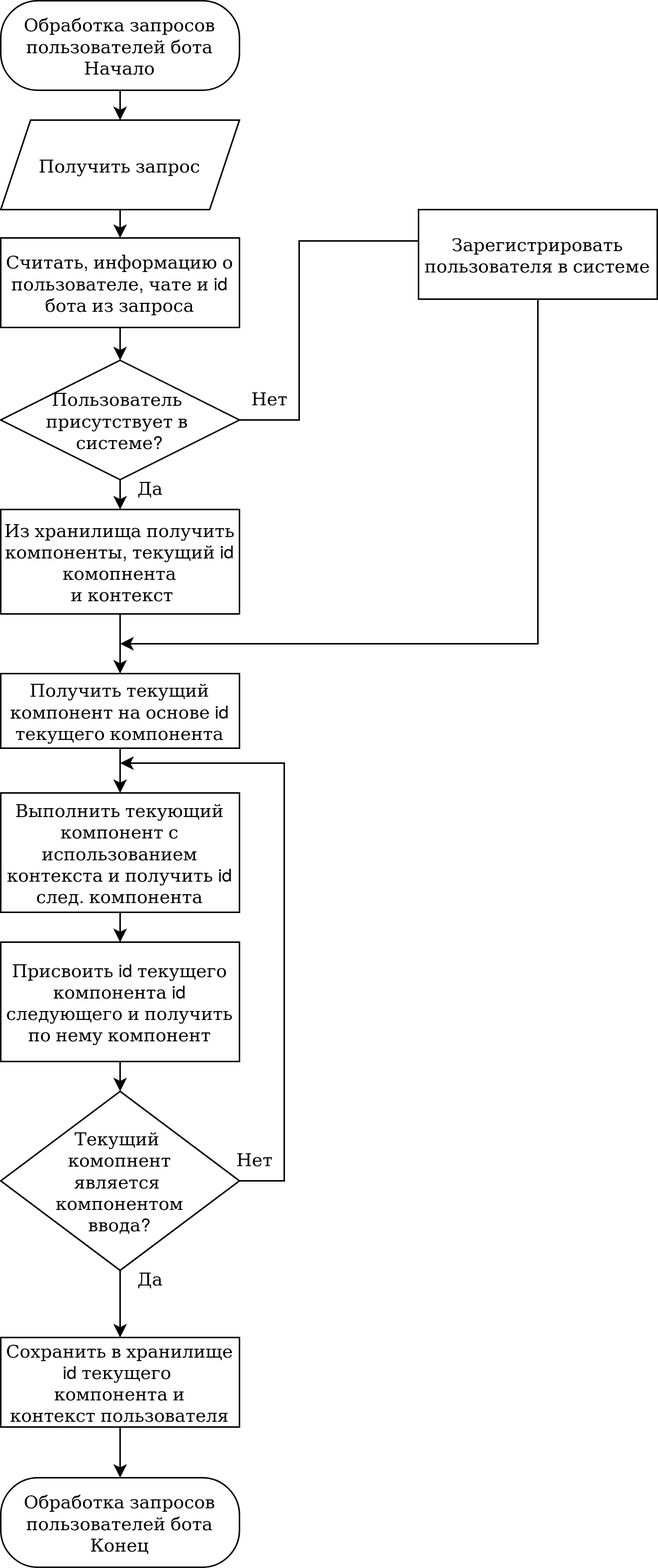
Before: note/images/bot-worker-alg.png, a diagram exported from draw.io (danilbushkov/my-diploma). Source tidied: cells renumbered, new cells last; positions are measured from the earlier drawing's top-left corner, leaving out a move shared by most shapes. Source of this version:
```xml
<mxGraphModel>
  <root>
    <mxCell id="0" />
    <mxCell id="1" parent="0" />
    <mxCell id="2" style="edgeStyle=orthogonalEdgeStyle;rounded=0;jettySize=auto;html=1;exitX=0.5;exitY=1;exitDx=0;exitDy=0;entryX=0.5;entryY=0;entryDx=0;entryDy=0;" parent="1" edge="1" source="3" target="30">
      <mxGeometry relative="1" as="geometry" />
    </mxCell>
    <mxCell id="3" value="&lt;div&gt;Обработка запросов&lt;/div&gt;&lt;div&gt;пользователей бота&lt;br&gt;&lt;/div&gt;&lt;div&gt;Начало&lt;/div&gt;" style="rounded=1;whiteSpace=wrap;html=1;arcSize=50;absoluteArcSize=1;perimeter=rectanglePerimeter;" parent="1" vertex="1">
      <mxGeometry width="160" height="60" as="geometry" />
    </mxCell>
    <mxCell id="4" value="&lt;div&gt;Обработка запросов&lt;/div&gt;пользователей бота&lt;div&gt;Конец&lt;/div&gt;" style="rounded=1;whiteSpace=wrap;html=1;arcSize=50;absoluteArcSize=1;perimeter=rectanglePerimeter;" parent="1" vertex="1">
      <mxGeometry y="990" width="160" height="60" as="geometry" />
    </mxCell>
    <mxCell id="5" style="edgeStyle=orthogonalEdgeStyle;rounded=0;jettySize=auto;html=1;exitX=0.5;exitY=1;exitDx=0;exitDy=0;entryX=0.5;entryY=0;entryDx=0;entryDy=0;" parent="1" edge="1" source="6" target="24">
      <mxGeometry relative="1" as="geometry" />
    </mxCell>
    <mxCell id="6" value="&lt;div&gt;Считать, информацию о пользователе, чате и id бота из запроса&lt;/div&gt;" style="rounded=0;whiteSpace=wrap;html=1;" parent="1" vertex="1">
      <mxGeometry y="159" width="160" height="60" as="geometry" />
    </mxCell>
    <mxCell id="7" style="edgeStyle=orthogonalEdgeStyle;rounded=0;jettySize=auto;html=1;exitX=0.5;exitY=1;exitDx=0;exitDy=0;entryX=0.5;entryY=0;entryDx=0;entryDy=0;" parent="1" edge="1" source="8" target="14">
      <mxGeometry relative="1" as="geometry" />
    </mxCell>
    <mxCell id="8" value="&lt;div&gt;Из хранилища получить компоненты, текущий id комопнента&lt;br&gt;&lt;/div&gt;&amp;nbsp;и контекст" style="rounded=0;whiteSpace=wrap;html=1;" parent="1" vertex="1">
      <mxGeometry y="341" width="160" height="70" as="geometry" />
    </mxCell>
    <mxCell id="9" style="edgeStyle=orthogonalEdgeStyle;rounded=0;jettySize=auto;html=1;exitX=0.5;exitY=1;exitDx=0;exitDy=0;" parent="1" edge="1" source="10" target="19">
      <mxGeometry relative="1" as="geometry" />
    </mxCell>
    <mxCell id="10" value="Выполнить текующий компонент с использованием контекста и получить id след. компонента" style="rounded=0;whiteSpace=wrap;html=1;" parent="1" vertex="1">
      <mxGeometry y="531" width="160" height="80" as="geometry" />
    </mxCell>
    <mxCell id="11" style="edgeStyle=orthogonalEdgeStyle;rounded=0;jettySize=auto;html=1;exitX=0.5;exitY=1;exitDx=0;exitDy=0;entryX=0.5;entryY=0;entryDx=0;entryDy=0;" parent="1" edge="1" source="12" target="4">
      <mxGeometry relative="1" as="geometry" />
    </mxCell>
    <mxCell id="12" value="&lt;div&gt;Сохранить в хранилище&lt;/div&gt;&lt;div&gt;id текущего&amp;nbsp;&lt;/div&gt;&lt;div&gt;компонента и &lt;br&gt;&lt;/div&gt;&lt;div&gt;контекст пользователя&lt;br&gt;&lt;/div&gt;" style="rounded=0;whiteSpace=wrap;html=1;" parent="1" vertex="1">
      <mxGeometry y="896" width="160" height="60" as="geometry" />
    </mxCell>
    <mxCell id="13" style="edgeStyle=orthogonalEdgeStyle;rounded=0;jettySize=auto;html=1;exitX=0.5;exitY=1;exitDx=0;exitDy=0;entryX=0.5;entryY=0;entryDx=0;entryDy=0;" parent="1" edge="1" source="14" target="10">
      <mxGeometry relative="1" as="geometry" />
    </mxCell>
    <mxCell id="14" value="Получить текущий компонент на основе id текущего компонента" style="rounded=0;whiteSpace=wrap;html=1;" parent="1" vertex="1">
      <mxGeometry y="451" width="160" height="50" as="geometry" />
    </mxCell>
    <mxCell id="15" style="edgeStyle=orthogonalEdgeStyle;rounded=0;jettySize=auto;html=1;exitX=1;exitY=0.5;exitDx=0;exitDy=0;" parent="1" edge="1" source="17">
      <mxGeometry relative="1" as="geometry">
        <mxPoint x="80" y="511" as="targetPoint" />
        <Array as="points">
          <mxPoint x="190" y="791" />
          <mxPoint x="190" y="511" />
        </Array>
      </mxGeometry>
    </mxCell>
    <mxCell id="16" style="edgeStyle=orthogonalEdgeStyle;rounded=0;jettySize=auto;html=1;exitX=0.5;exitY=1;exitDx=0;exitDy=0;entryX=0.5;entryY=0;entryDx=0;entryDy=0;" parent="1" edge="1" source="17" target="12">
      <mxGeometry relative="1" as="geometry" />
    </mxCell>
    <mxCell id="17" value="&lt;div&gt;Текущий&amp;nbsp;&lt;/div&gt;&lt;div&gt;комопнент&lt;/div&gt;&lt;div&gt;является&amp;nbsp;&lt;/div&gt;&lt;div&gt;компонентом&lt;/div&gt;&lt;div&gt;ввода?&lt;br&gt;&lt;/div&gt;" style="rhombus;whiteSpace=wrap;html=1;" parent="1" vertex="1">
      <mxGeometry y="731" width="160" height="120" as="geometry" />
    </mxCell>
    <mxCell id="18" style="edgeStyle=orthogonalEdgeStyle;rounded=0;jettySize=auto;html=1;exitX=0.5;exitY=1;exitDx=0;exitDy=0;entryX=0.5;entryY=0;entryDx=0;entryDy=0;" parent="1" edge="1" source="19" target="17">
      <mxGeometry relative="1" as="geometry" />
    </mxCell>
    <mxCell id="19" value="Присвоить id текущего компонента id следующего и получить по нему компонент" style="rounded=0;whiteSpace=wrap;html=1;" parent="1" vertex="1">
      <mxGeometry y="631" width="160" height="80" as="geometry" />
    </mxCell>
    <mxCell id="20" value="Да" style="text;html=1;align=center;verticalAlign=middle;strokeColor=none;fillColor=none;" parent="1" vertex="1">
      <mxGeometry x="80" y="841" width="40" height="30" as="geometry" />
    </mxCell>
    <mxCell id="21" value="Нет" style="text;html=1;align=center;verticalAlign=middle;strokeColor=none;fillColor=none;" parent="1" vertex="1">
      <mxGeometry x="150" y="761" width="40" height="30" as="geometry" />
    </mxCell>
    <mxCell id="22" style="edgeStyle=orthogonalEdgeStyle;rounded=0;jettySize=auto;html=1;exitX=0.5;exitY=1;exitDx=0;exitDy=0;entryX=0.5;entryY=0;entryDx=0;entryDy=0;" parent="1" edge="1" source="24" target="8">
      <mxGeometry relative="1" as="geometry" />
    </mxCell>
    <mxCell id="23" style="edgeStyle=orthogonalEdgeStyle;rounded=0;jettySize=auto;html=1;exitX=1;exitY=0.5;exitDx=0;exitDy=0;" parent="1" edge="1" source="24">
      <mxGeometry relative="1" as="geometry">
        <mxPoint x="360" y="201" as="targetPoint" />
        <Array as="points">
          <mxPoint x="200" y="281" />
          <mxPoint x="200" y="161" />
        </Array>
      </mxGeometry>
    </mxCell>
    <mxCell id="24" value="&lt;div&gt;Пользователь&amp;nbsp;&lt;/div&gt;&lt;div&gt;присутствует в&amp;nbsp;&lt;/div&gt;&lt;div&gt;системе?&lt;br&gt;&lt;/div&gt;" style="rhombus;whiteSpace=wrap;html=1;" parent="1" vertex="1">
      <mxGeometry y="241" width="160" height="80" as="geometry" />
    </mxCell>
    <mxCell id="25" style="edgeStyle=orthogonalEdgeStyle;rounded=0;jettySize=auto;html=1;exitX=0.5;exitY=1;exitDx=0;exitDy=0;" parent="1" edge="1" source="26">
      <mxGeometry relative="1" as="geometry">
        <mxPoint x="80" y="431" as="targetPoint" />
        <Array as="points">
          <mxPoint x="360" y="431" />
        </Array>
      </mxGeometry>
    </mxCell>
    <mxCell id="26" value="Зарегистрировать пользователя в системе" style="rounded=0;whiteSpace=wrap;html=1;" parent="1" vertex="1">
      <mxGeometry x="280" y="140" width="160" height="60" as="geometry" />
    </mxCell>
    <mxCell id="27" value="Да" style="text;html=1;align=center;verticalAlign=middle;strokeColor=none;fillColor=none;" parent="1" vertex="1">
      <mxGeometry x="80" y="311" width="40" height="30" as="geometry" />
    </mxCell>
    <mxCell id="28" value="Нет" style="text;html=1;align=center;verticalAlign=middle;strokeColor=none;fillColor=none;" parent="1" vertex="1">
      <mxGeometry x="160" y="251" width="40" height="30" as="geometry" />
    </mxCell>
    <mxCell id="29" style="edgeStyle=orthogonalEdgeStyle;rounded=0;jettySize=auto;html=1;exitX=0.5;exitY=1;exitDx=0;exitDy=0;entryX=0.5;entryY=0;entryDx=0;entryDy=0;" parent="1" edge="1" source="30" target="6">
      <mxGeometry relative="1" as="geometry" />
    </mxCell>
    <mxCell id="30" value="Получить запрос" style="shape=parallelogram;perimeter=parallelogramPerimeter;whiteSpace=wrap;html=1;fixedSize=1;" parent="1" vertex="1">
      <mxGeometry y="80" width="160" height="60" as="geometry" />
    </mxCell>
  </root>
</mxGraphModel>
```
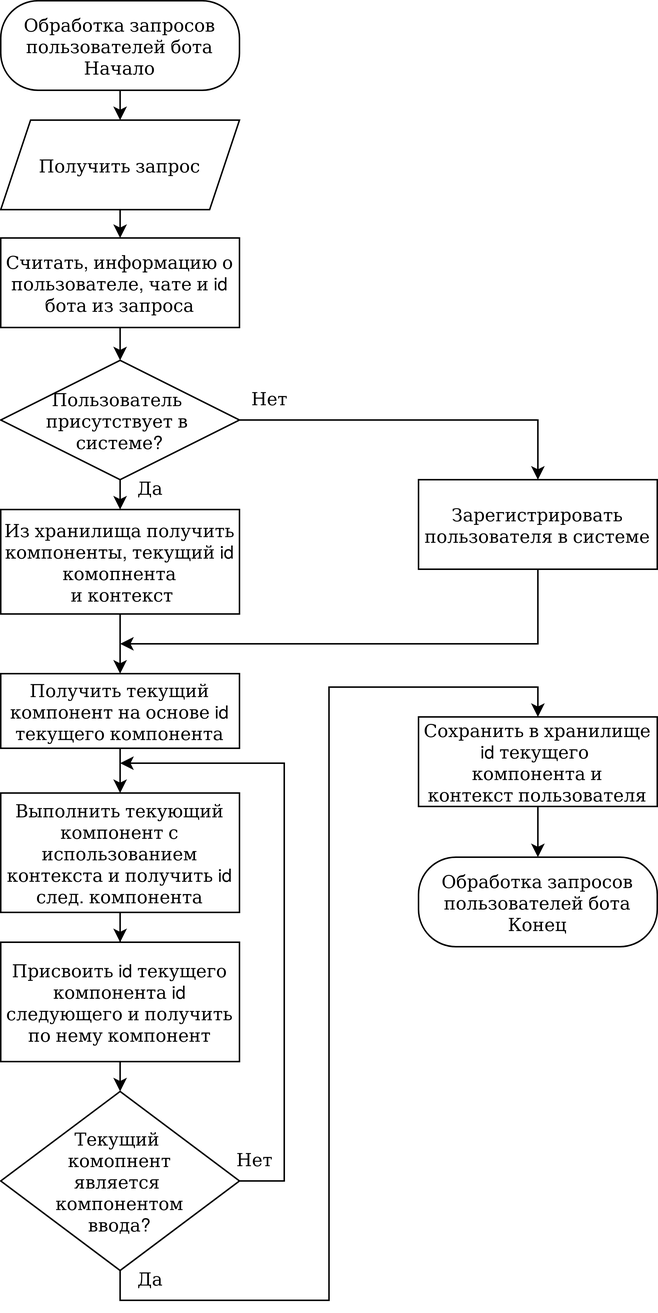
The same file after the commit.

Change to the diagram source:
```diff
@@ -9,7 +9,7 @@
       <mxGeometry width="160" height="60" as="geometry" />
     </mxCell>
     <mxCell id="4" value="&lt;div&gt;Обработка запросов&lt;/div&gt;пользователей бота&lt;div&gt;Конец&lt;/div&gt;" style="rounded=1;whiteSpace=wrap;html=1;arcSize=50;absoluteArcSize=1;perimeter=rectanglePerimeter;" parent="1" vertex="1">
-      <mxGeometry y="990" width="160" height="60" as="geometry" />
+      <mxGeometry x="280" y="574" width="160" height="60" as="geometry" />
     </mxCell>
     <mxCell id="5" style="edgeStyle=orthogonalEdgeStyle;rounded=0;jettySize=auto;html=1;exitX=0.5;exitY=1;exitDx=0;exitDy=0;entryX=0.5;entryY=0;entryDx=0;entryDy=0;" parent="1" edge="1" source="6" target="24">
       <mxGeometry relative="1" as="geometry" />
@@ -33,7 +33,7 @@
       <mxGeometry relative="1" as="geometry" />
     </mxCell>
     <mxCell id="12" value="&lt;div&gt;Сохранить в хранилище&lt;/div&gt;&lt;div&gt;id текущего&amp;nbsp;&lt;/div&gt;&lt;div&gt;компонента и &lt;br&gt;&lt;/div&gt;&lt;div&gt;контекст пользователя&lt;br&gt;&lt;/div&gt;" style="rounded=0;whiteSpace=wrap;html=1;" parent="1" vertex="1">
-      <mxGeometry y="896" width="160" height="60" as="geometry" />
+      <mxGeometry x="280" y="480" width="160" height="60" as="geometry" />
     </mxCell>
     <mxCell id="13" style="edgeStyle=orthogonalEdgeStyle;rounded=0;jettySize=auto;html=1;exitX=0.5;exitY=1;exitDx=0;exitDy=0;entryX=0.5;entryY=0;entryDx=0;entryDy=0;" parent="1" edge="1" source="14" target="10">
       <mxGeometry relative="1" as="geometry" />
@@ -71,12 +71,10 @@
     <mxCell id="22" style="edgeStyle=orthogonalEdgeStyle;rounded=0;jettySize=auto;html=1;exitX=0.5;exitY=1;exitDx=0;exitDy=0;entryX=0.5;entryY=0;entryDx=0;entryDy=0;" parent="1" edge="1" source="24" target="8">
       <mxGeometry relative="1" as="geometry" />
     </mxCell>
-    <mxCell id="23" style="edgeStyle=orthogonalEdgeStyle;rounded=0;jettySize=auto;html=1;exitX=1;exitY=0.5;exitDx=0;exitDy=0;" parent="1" edge="1" source="24">
+    <mxCell id="23" style="edgeStyle=orthogonalEdgeStyle;rounded=0;jettySize=auto;html=1;exitX=1;exitY=0.5;exitDx=0;exitDy=0;entryX=0.5;entryY=0;entryDx=0;entryDy=0;" parent="1" edge="1" source="24" target="26">
       <mxGeometry relative="1" as="geometry">
-        <mxPoint x="360" y="201" as="targetPoint" />
         <Array as="points">
-          <mxPoint x="200" y="281" />
-          <mxPoint x="200" y="161" />
+          <mxPoint x="360" y="281" />
         </Array>
       </mxGeometry>
     </mxCell>
@@ -92,7 +90,7 @@
       </mxGeometry>
     </mxCell>
     <mxCell id="26" value="Зарегистрировать пользователя в системе" style="rounded=0;whiteSpace=wrap;html=1;" parent="1" vertex="1">
-      <mxGeometry x="280" y="140" width="160" height="60" as="geometry" />
+      <mxGeometry x="280" y="321" width="160" height="60" as="geometry" />
     </mxCell>
     <mxCell id="27" value="Да" style="text;html=1;align=center;verticalAlign=middle;strokeColor=none;fillColor=none;" parent="1" vertex="1">
       <mxGeometry x="80" y="311" width="40" height="30" as="geometry" />
```
